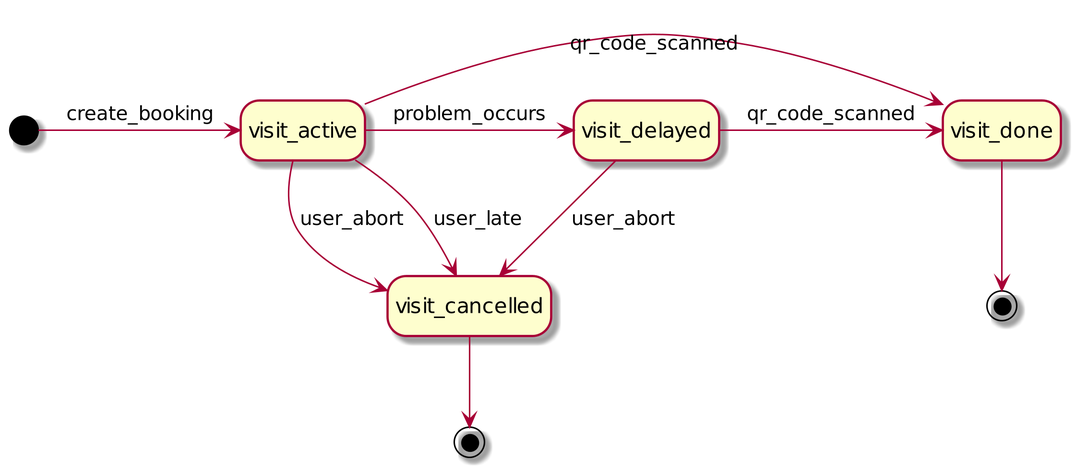
andreafra/Software-Engineering-2-Project-2021 keeps this PlantUML diagram as RASD/uml/visit_state_diagram.png. Above is the earlier version. The source it was exported from:
```plantuml
@startuml visit_state_diagram
hide empty description
skinparam dpi 300
skinparam ActorFontSize 15
skinparam UsecaseFontSize 12

state end1 <<end>>

[*] -> visit_active : create_booking

visit_active -> visit_delayed : problem_occurs
visit_active --> visit_cancelled : user_abort
visit_active --> visit_cancelled : user_late
visit_active -> visit_done : qr_code_scanned

visit_delayed --> visit_cancelled : user_abort
visit_delayed -> visit_done : qr_code_scanned

visit_done --> end1
visit_cancelled --> [*]

@enduml
```
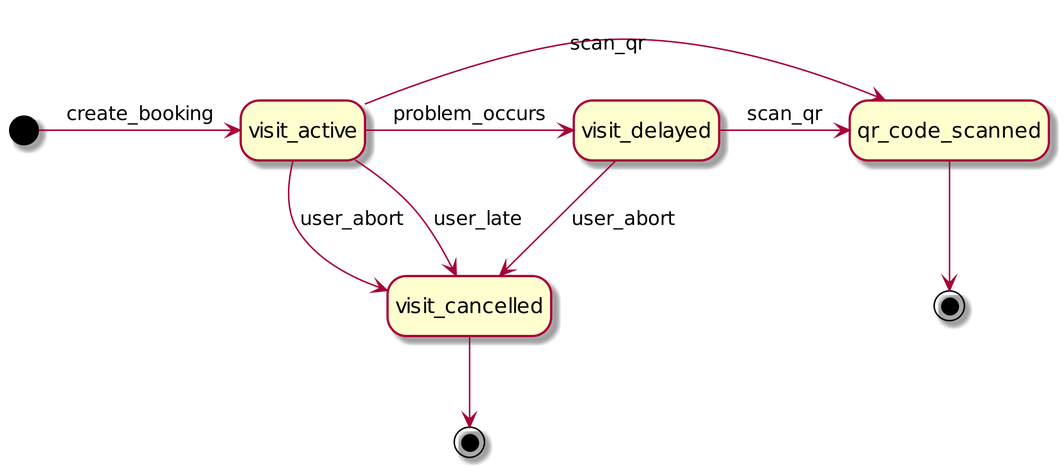
Later version of the same file.

Change to the diagram source:
```diff
@@ -11,12 +11,12 @@
 visit_active -> visit_delayed : problem_occurs
 visit_active --> visit_cancelled : user_abort
 visit_active --> visit_cancelled : user_late
-visit_active -> visit_done : qr_code_scanned
+visit_active -> qr_code_scanned : scan_qr
 
 visit_delayed --> visit_cancelled : user_abort
-visit_delayed -> visit_done : qr_code_scanned
+visit_delayed -> qr_code_scanned : scan_qr
 
-visit_done --> end1
+qr_code_scanned --> end1
 visit_cancelled --> [*]
 
 @enduml
```
